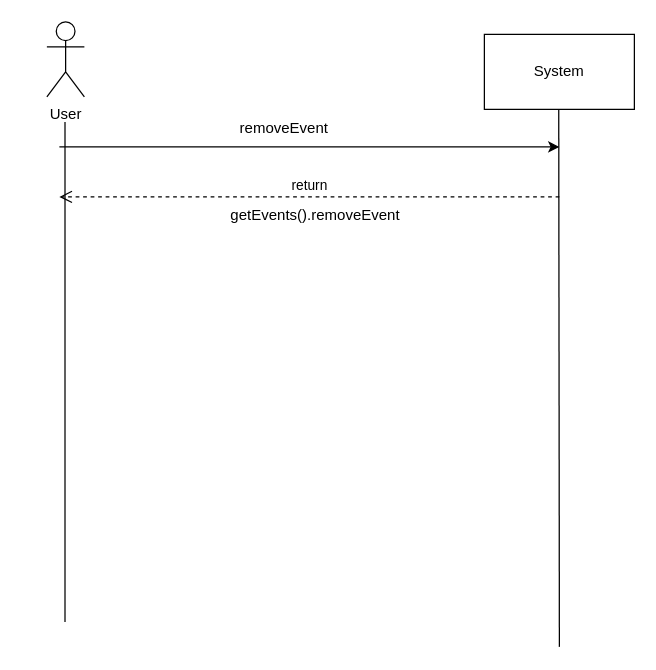
The draw.io diagram Untitled Diagram.drawio in sliu750/sliu750, before the edit. Source tidied: cells renumbered, new cells numbered last; positions are measured from the earlier drawing's top-left corner, leaving out a move shared by most shapes. Both pictures are drawn from the tidied source at 125%, with x=0, y=0 at pixel (46, 21).
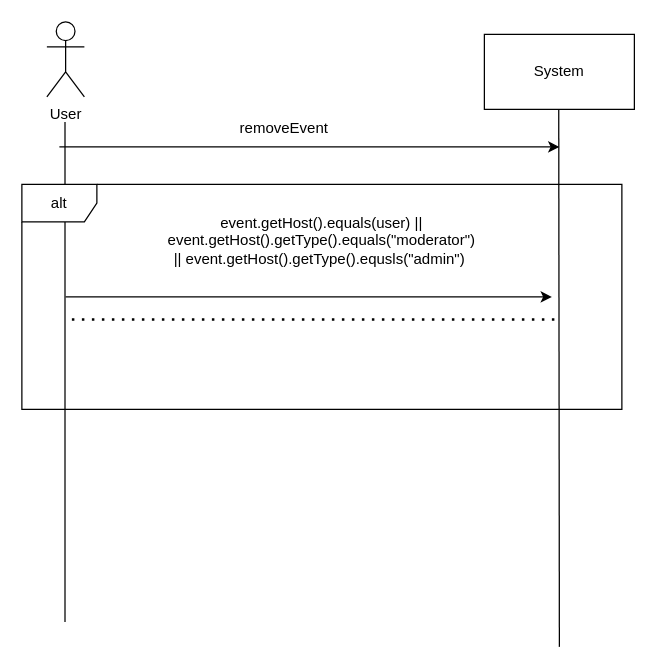
Above is the later version.

Change to the diagram source:
```diff
@@
 <mxGraphModel>
   <root>
     <mxCell id="0" />
     <mxCell id="1" parent="0" />
     <mxCell id="2" value="User" style="shape=umlActor;verticalLabelPosition=bottom;verticalAlign=top;html=1;" parent="1" vertex="1">
       <mxGeometry width="30" height="60" as="geometry" />
     </mxCell>
     <mxCell id="3" value="System" style="rounded=0;whiteSpace=wrap;html=1;" parent="1" vertex="1">
       <mxGeometry x="350" y="10" width="120" height="60" as="geometry" />
     </mxCell>
     <mxCell id="4" style="endArrow=none;html=1;rounded=0;" parent="1" edge="1">
       <mxGeometry relative="1" as="geometry">
         <mxPoint x="14.5" y="480" as="sourcePoint" />
         <mxPoint x="14.5" y="80" as="targetPoint" />
       </mxGeometry>
     </mxCell>
     <mxCell id="5" style="endArrow=none;html=1;rounded=0;" parent="1" edge="1">
       <mxGeometry relative="1" as="geometry">
         <mxPoint x="410" y="500" as="sourcePoint" />
         <mxPoint x="409.5" y="70" as="targetPoint" />
       </mxGeometry>
     </mxCell>
     <mxCell id="6" style="endArrow=classic;html=1;rounded=0;" parent="1" edge="1">
       <mxGeometry relative="1" as="geometry">
         <mxPoint x="10" y="100" as="sourcePoint" />
         <mxPoint x="410" y="100" as="targetPoint" />
       </mxGeometry>
     </mxCell>
     <mxCell id="7" value="removeEvent" style="text;html=1;strokeColor=none;fillColor=none;align=center;verticalAlign=middle;whiteSpace=wrap;rounded=0;" parent="1" vertex="1">
       <mxGeometry x="160" y="70" width="60" height="30" as="geometry" />
     </mxCell>
-    <mxCell id="8" value="return" style="html=1;verticalAlign=bottom;endArrow=open;dashed=1;endSize=8;rounded=0;" parent="1" edge="1">
-      <mxGeometry relative="1" as="geometry">
-        <mxPoint x="410" y="140" as="sourcePoint" />
-        <mxPoint x="10" y="140" as="targetPoint" />
-      </mxGeometry>
-    </mxCell>
-    <mxCell id="9" value="getEvents().removeEvent" style="text;html=1;strokeColor=none;fillColor=none;align=center;verticalAlign=middle;whiteSpace=wrap;rounded=0;" parent="1" vertex="1">
-      <mxGeometry x="160" y="140" width="110" height="30" as="geometry" />
-    </mxCell>
+    <mxCell id="10" value="alt" style="shape=umlFrame;whiteSpace=wrap;html=1;" parent="1" vertex="1">
+      <mxGeometry x="-20" y="130" width="480" height="180" as="geometry" />
+    </mxCell>
+    <mxCell id="11" value="event.getHost().equals(user) || event.getHost().getType().equals(&quot;moderator&quot;) || event.getHost().getType().equsls(&quot;admin&quot;)&amp;nbsp;" style="text;html=1;strokeColor=none;fillColor=none;align=center;verticalAlign=middle;whiteSpace=wrap;rounded=0;" parent="1" vertex="1">
+      <mxGeometry x="190" y="160" width="60" height="30" as="geometry" />
+    </mxCell>
+    <mxCell id="12" style="endArrow=classic;html=1;rounded=0;" parent="1" edge="1">
+      <mxGeometry relative="1" as="geometry">
+        <mxPoint x="15" y="220" as="sourcePoint" />
+        <mxPoint x="404" y="220" as="targetPoint" />
+      </mxGeometry>
+    </mxCell>
+    <mxCell id="13" style="endArrow=none;dashed=1;html=1;dashPattern=1 3;strokeWidth=2;rounded=0;" parent="1" edge="1">
+      <mxGeometry relative="1" as="geometry">
+        <mxPoint x="20" y="238" as="sourcePoint" />
+        <mxPoint x="411" y="238" as="targetPoint" />
+      </mxGeometry>
+    </mxCell>
   </root>
 </mxGraphModel>
```
